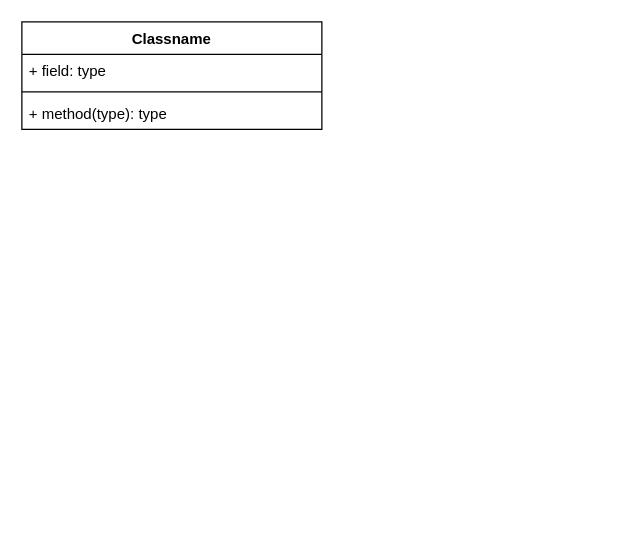
Above: Untitled Diagram.drawio in AnzeStanonik/UML (draw.io), before the change. Source tidied: cells renumbered, new cells numbered last; positions are measured from the earlier drawing's top-left corner, leaving out a move shared by most shapes. Both pictures are drawn from the tidied source at 125%, with x=0, y=0 at pixel (21, 21).
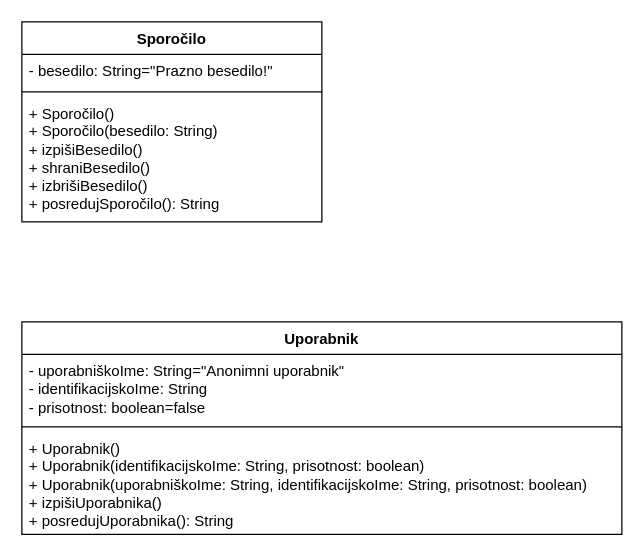
The same page after the edit.

Change to the diagram source:
```diff
@@
 <mxGraphModel>
   <root>
     <mxCell id="0" />
     <mxCell id="1" parent="0" />
-    <mxCell id="2" value="Classname" style="swimlane;fontStyle=1;align=center;verticalAlign=top;horizontal=1;startSize=26;whiteSpace=wrap;html=1;" parent="1" vertex="1">
-      <mxGeometry width="240" height="86" as="geometry" />
+    <mxCell id="2" value="Sporočilo" style="swimlane;fontStyle=1;align=center;verticalAlign=top;horizontal=1;startSize=26;whiteSpace=wrap;html=1;" parent="1" vertex="1">
+      <mxGeometry width="240" height="160" as="geometry" />
     </mxCell>
-    <mxCell id="3" value="+ field: type" style="text;strokeColor=none;fillColor=none;align=left;verticalAlign=top;spacingLeft=4;spacingRight=4;overflow=hidden;whiteSpace=wrap;html=1;" parent="2" vertex="1">
+    <mxCell id="3" value="- besedilo: String=&quot;Prazno besedilo!&quot;" style="text;strokeColor=none;fillColor=none;align=left;verticalAlign=top;spacingLeft=4;spacingRight=4;overflow=hidden;whiteSpace=wrap;html=1;" parent="2" vertex="1">
       <mxGeometry y="26" width="240" height="26" as="geometry" />
     </mxCell>
     <mxCell id="4" style="line;strokeWidth=1;fillColor=none;align=left;verticalAlign=middle;spacingTop=-1;spacingLeft=3;spacingRight=3;labelPosition=right;strokeColor=inherit;" parent="2" vertex="1">
       <mxGeometry y="52" width="240" height="8" as="geometry" />
     </mxCell>
-    <mxCell id="5" value="+ method(type): type" style="text;strokeColor=none;fillColor=none;align=left;verticalAlign=top;spacingLeft=4;spacingRight=4;overflow=hidden;whiteSpace=wrap;html=1;" parent="2" vertex="1">
-      <mxGeometry y="60" width="240" height="26" as="geometry" />
+    <mxCell id="5" value="+ Sporočilo()&lt;br&gt;+ Sporočilo(besedilo: String)&lt;br&gt;+ izpišiBesedilo()&lt;br&gt;+ shraniBesedilo()&lt;br&gt;+ izbrišiBesedilo()&lt;br&gt;+ posredujSporočilo(): String&lt;br&gt;&lt;span id=&quot;docs-internal-guid-d6e9b608-7fff-2b1b-9bd6-6f1874b1965f&quot;&gt;&lt;/span&gt;&lt;span id=&quot;docs-internal-guid-d6e9b608-7fff-2b1b-9bd6-6f1874b1965f&quot;&gt;&lt;/span&gt;&lt;span id=&quot;docs-internal-guid-d6e9b608-7fff-2b1b-9bd6-6f1874b1965f&quot;&gt;&lt;/span&gt;&lt;span id=&quot;docs-internal-guid-d6e9b608-7fff-2b1b-9bd6-6f1874b1965f&quot;&gt;&lt;/span&gt;&lt;span id=&quot;docs-internal-guid-d6e9b608-7fff-2b1b-9bd6-6f1874b1965f&quot;&gt;&lt;/span&gt;" style="text;strokeColor=none;fillColor=none;align=left;verticalAlign=top;spacingLeft=4;spacingRight=4;overflow=hidden;whiteSpace=wrap;html=1;" parent="2" vertex="1">
+      <mxGeometry y="60" width="240" height="100" as="geometry" />
     </mxCell>
+    <mxCell id="6" value="Uporabnik" style="swimlane;fontStyle=1;align=center;verticalAlign=top;horizontal=1;startSize=26;whiteSpace=wrap;html=1;" parent="1" vertex="1">
+      <mxGeometry y="240" width="480" height="170" as="geometry" />
+    </mxCell>
+    <mxCell id="7" value="- uporabniškoIme: String=&quot;Anonimni uporabnik&quot;&lt;br&gt;- identifikacijskoIme: String&lt;br&gt;- prisotnost: boolean=false" style="text;strokeColor=none;fillColor=none;align=left;verticalAlign=top;spacingLeft=4;spacingRight=4;overflow=hidden;whiteSpace=wrap;html=1;" parent="6" vertex="1">
+      <mxGeometry y="26" width="480" height="54" as="geometry" />
+    </mxCell>
+    <mxCell id="8" style="line;strokeWidth=1;fillColor=none;align=left;verticalAlign=middle;spacingTop=-1;spacingLeft=3;spacingRight=3;labelPosition=right;strokeColor=inherit;" parent="6" vertex="1">
+      <mxGeometry y="80" width="480" height="8" as="geometry" />
+    </mxCell>
+    <mxCell id="9" value="+ Uporabnik()&lt;br&gt;+ Uporabnik(identifikacijskoIme: String, prisotnost: boolean)&lt;br&gt;+ Uporabnik(uporabniškoIme: String, identifikacijskoIme: String, prisotnost: boolean)&lt;br&gt;+ izpišiUporabnika()&lt;br&gt;+ posredujUporabnika(): String" style="text;strokeColor=none;fillColor=none;align=left;verticalAlign=top;spacingLeft=4;spacingRight=4;overflow=hidden;whiteSpace=wrap;html=1;" parent="6" vertex="1">
+      <mxGeometry y="88" width="480" height="82" as="geometry" />
+    </mxCell>
   </root>
 </mxGraphModel>
```
